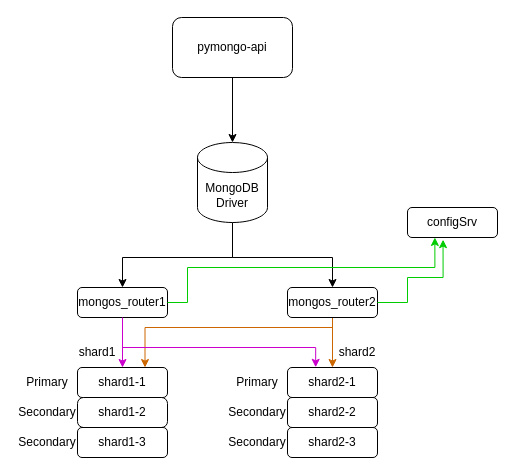
Above: mongo-sharding-repl/OnlineStore_Sharding_Replica.drawio in alexii-potapov/architecture-sprint-2 (draw.io), before the change. Source tidied: cells renumbered, new cells numbered last; positions are measured from the earlier drawing's top-left corner, leaving out a move shared by most shapes. Both pictures are drawn from the tidied source at 100%, with x=0, y=0 at pixel (17, 17).
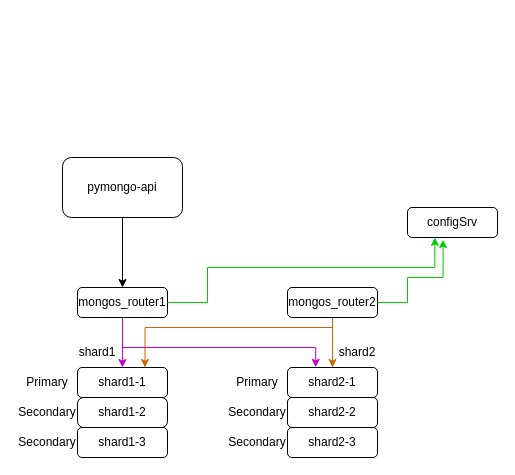
Above is the later version.

Unchanged cells that the change refers to:
```xml
<mxCell id="7" value="mongos_router1" style="rounded=1;whiteSpace=wrap;html=1;" parent="1" vertex="1">
  <mxGeometry x="60" y="270" width="90" height="30" as="geometry" />
</mxCell>
<mxCell id="10" value="mongos_router2" style="rounded=1;whiteSpace=wrap;html=1;" parent="1" vertex="1">
  <mxGeometry x="270" y="270" width="90" height="30" as="geometry" />
</mxCell>
<mxCell id="11" value="configSrv" style="rounded=1;whiteSpace=wrap;html=1;" parent="1" vertex="1">
  <mxGeometry x="390" y="190" width="90" height="30" as="geometry" />
</mxCell>
```

What changed in the source:
```diff
@@
-    <mxCell id="2" style="edgeStyle=orthogonalEdgeStyle;rounded=0;jettySize=auto;html=1;entryX=0.5;entryY=0;entryDx=0;entryDy=0;exitX=0.5;exitY=1;exitDx=0;exitDy=0;exitPerimeter=0;" parent="1" edge="1" source="4" target="7">
-      <mxGeometry relative="1" as="geometry">
-        <Array as="points">
-          <mxPoint x="215" y="240" />
-          <mxPoint x="105" y="240" />
-        </Array>
-      </mxGeometry>
-    </mxCell>
-    <mxCell id="3" style="edgeStyle=orthogonalEdgeStyle;rounded=0;jettySize=auto;html=1;entryX=0.5;entryY=0;entryDx=0;entryDy=0;" parent="1" edge="1" source="4" target="10">
-      <mxGeometry relative="1" as="geometry">
-        <Array as="points">
-          <mxPoint x="215" y="240" />
-          <mxPoint x="315" y="240" />
-        </Array>
-      </mxGeometry>
-    </mxCell>
-    <mxCell id="4" value="MongoDB&lt;br&gt;Driver" style="shape=cylinder3;whiteSpace=wrap;html=1;boundedLbl=1;backgroundOutline=1;size=15;" parent="1" vertex="1">
-      <mxGeometry x="180" y="125" width="70" height="80" as="geometry" />
-    </mxCell>
+    <mxCell id="30" style="edgeStyle=orthogonalEdgeStyle;rounded=0;jettySize=auto;html=1;entryX=0.5;entryY=0;entryDx=0;entryDy=0;" parent="1" edge="1" source="5" target="7">
+      <mxGeometry relative="1" as="geometry" />
+    </mxCell>
     <mxCell id="5" value="pymongo-api" style="rounded=1;whiteSpace=wrap;html=1;" parent="1" vertex="1">
-      <mxGeometry x="155" width="120" height="60" as="geometry" />
+      <mxGeometry x="45" y="140" width="120" height="60" as="geometry" />
     </mxCell>
@@
-    <mxCell id="13" style="edgeStyle=orthogonalEdgeStyle;rounded=0;jettySize=auto;html=1;entryX=0.5;entryY=0;entryDx=0;entryDy=0;entryPerimeter=0;" parent="1" edge="1" source="5" target="4">
-      <mxGeometry relative="1" as="geometry" />
-    </mxCell>
@@
     <mxCell id="16" style="edgeStyle=orthogonalEdgeStyle;rounded=0;jettySize=auto;html=1;entryX=0.304;entryY=1;entryDx=0;entryDy=0;entryPerimeter=0;exitX=1;exitY=0.5;exitDx=0;exitDy=0;strokeColor=#00CC00;" parent="1" edge="1" source="7" target="11">
       <mxGeometry relative="1" as="geometry">
         <Array as="points">
-          <mxPoint x="170" y="285" />
-          <mxPoint x="170" y="250" />
+          <mxPoint x="190" y="285" />
+          <mxPoint x="190" y="250" />
           <mxPoint x="417" y="250" />
-          <mxPoint x="417" y="220" />
         </Array>
       </mxGeometry>
     </mxCell>
```
